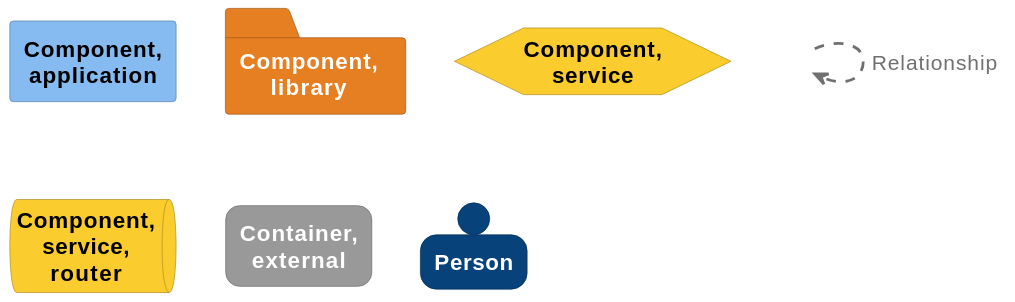
Above: docs/diagrams/structurizr-WhisperCMS-Startup-Sequence-key.svg in CoderByBlood/whisper-cms (PlantUML), before the change. The source it was exported from:
```plantuml
@startuml
set separator none

skinparam {
  shadowing false
  arrowFontSize 15
  defaultTextAlignment center
  wrapWidth 100
  maxMessageSize 100
}
hide stereotype

skinparam rectangle<<_transparent>> {
  BorderColor transparent
  BackgroundColor transparent
  FontColor transparent
}

skinparam rectangle<<1>> {
  BackgroundColor #85bbf0
  FontColor #000000
  BorderColor #5d82a8
}
rectangle "==Component, application" <<1>>

skinparam folder<<2>> {
  BackgroundColor #e67e22
  FontColor #ffffff
  BorderColor #a15817
}
folder "==Component, library" <<2>>

skinparam hexagon<<3>> {
  BackgroundColor #facc2e
  FontColor #000000
  BorderColor #af8e20
}
hexagon "==Component, service" <<3>>

skinparam queue<<4>> {
  BackgroundColor #facc2e
  FontColor #000000
  BorderColor #af8e20
}
queue "==Component, service, router" <<4>>

skinparam rectangle<<5>> {
  BackgroundColor #999999
  FontColor #ffffff
  BorderColor #6b6b6b
  roundCorner 20
}
rectangle "==Container, external" <<5>>

skinparam person<<6>> {
  BackgroundColor #08427b
  FontColor #ffffff
  BorderColor #052e56
}
person "==Person" <<6>>

rectangle "." <<_transparent>> as 7
7 .[#707070,thickness=2].> 7 : "<color:#707070>Relationship"
@enduml
```
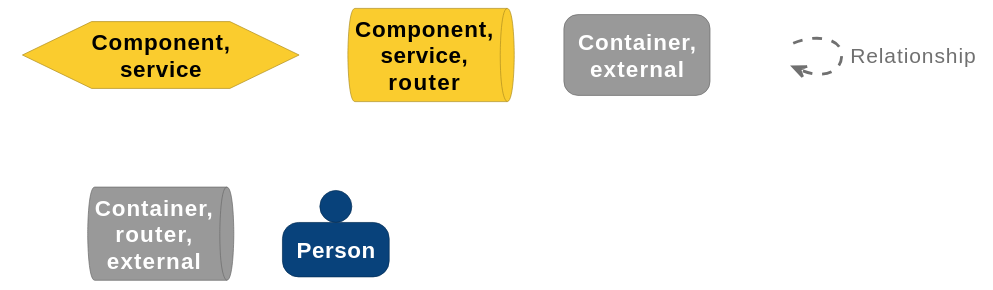
The same diagram one commit later.

What changed in the source:
```diff
@@ -16,49 +16,42 @@
   FontColor transparent
 }
 
-skinparam rectangle<<1>> {
-  BackgroundColor #85bbf0
-  FontColor #000000
-  BorderColor #5d82a8
-}
-rectangle "==Component, application" <<1>>
-
-skinparam folder<<2>> {
-  BackgroundColor #e67e22
-  FontColor #ffffff
-  BorderColor #a15817
-}
-folder "==Component, library" <<2>>
-
-skinparam hexagon<<3>> {
+skinparam hexagon<<1>> {
   BackgroundColor #facc2e
   FontColor #000000
   BorderColor #af8e20
 }
-hexagon "==Component, service" <<3>>
+hexagon "==Component, service" <<1>>
 
-skinparam queue<<4>> {
+skinparam queue<<2>> {
   BackgroundColor #facc2e
   FontColor #000000
   BorderColor #af8e20
 }
-queue "==Component, service, router" <<4>>
+queue "==Component, service, router" <<2>>
 
-skinparam rectangle<<5>> {
+skinparam rectangle<<3>> {
   BackgroundColor #999999
   FontColor #ffffff
   BorderColor #6b6b6b
   roundCorner 20
 }
-rectangle "==Container, external" <<5>>
+rectangle "==Container, external" <<3>>
 
-skinparam person<<6>> {
+skinparam queue<<4>> {
+  BackgroundColor #999999
+  FontColor #ffffff
+  BorderColor #6b6b6b
+}
+queue "==Container, router, external" <<4>>
+
+skinparam person<<5>> {
   BackgroundColor #08427b
   FontColor #ffffff
   BorderColor #052e56
 }
-person "==Person" <<6>>
+person "==Person" <<5>>
 
-rectangle "." <<_transparent>> as 7
-7 .[#707070,thickness=2].> 7 : "<color:#707070>Relationship"
+rectangle "." <<_transparent>> as 6
+6 .[#707070,thickness=2].> 6 : "<color:#707070>Relationship"
 @enduml
```
